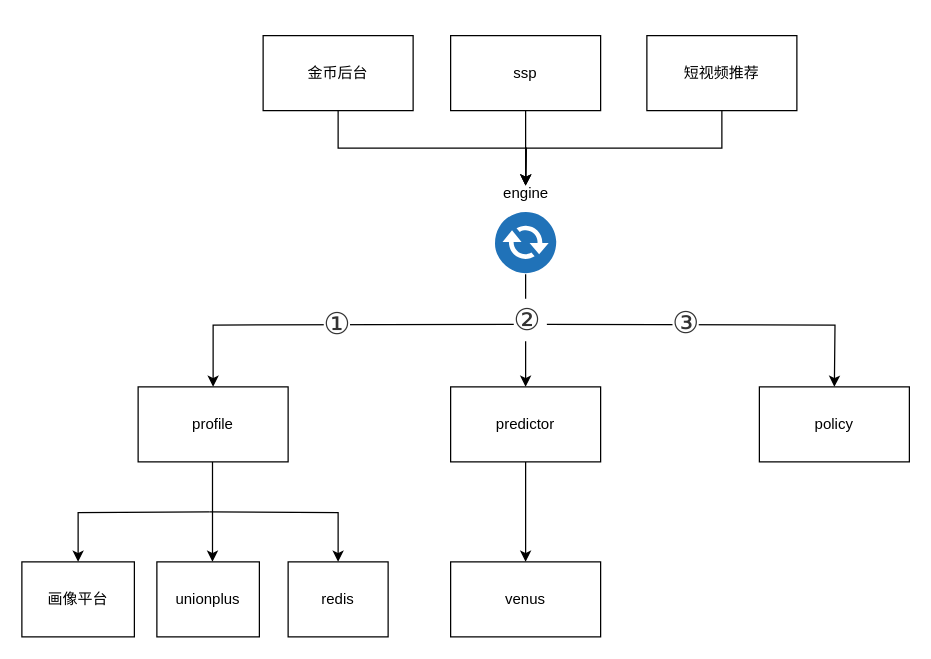
The draw.io diagram engineering/算法工程架构.drawio in gydong/graphs, before the edit. Source tidied: cells renumbered, new cells numbered last; positions are measured from the earlier drawing's top-left corner, leaving out a move shared by most shapes. Both pictures are drawn from the tidied source at 125%, with x=0, y=0 at pixel (21, 35). Pictures stored in the file or linked from it are replaced by grey dashed boxes.
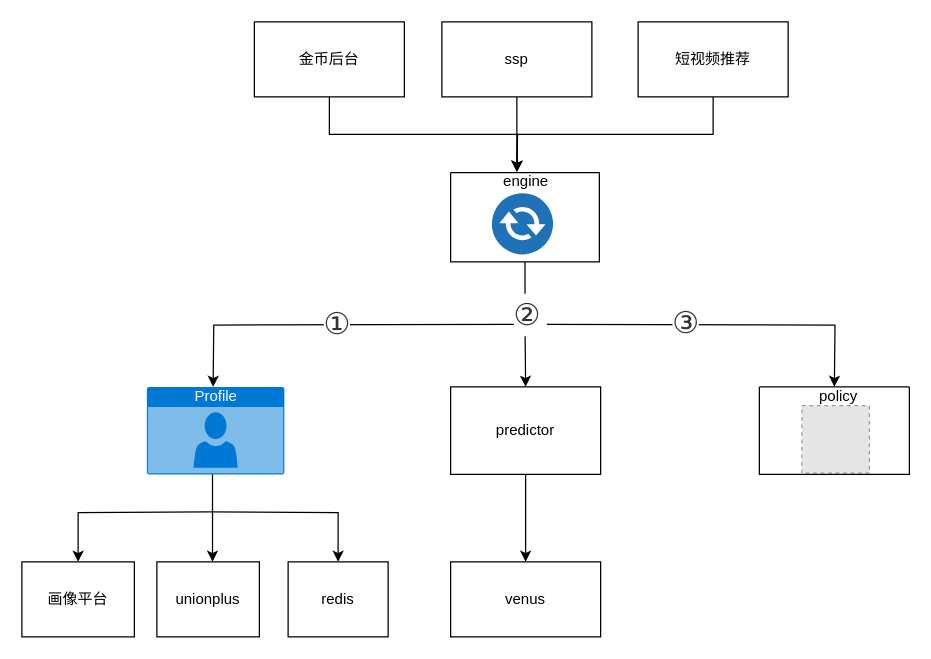
After the change.

What changed in the source:
```diff
@@
-    <mxCell id="2" style="edgeStyle=orthogonalEdgeStyle;rounded=0;jettySize=auto;html=1;" parent="1" edge="1" target="11">
+    <mxCell id="2" style="edgeStyle=orthogonalEdgeStyle;rounded=0;orthogonalLoop=1;jettySize=auto;html=1;" parent="1" edge="1">
       <mxGeometry relative="1" as="geometry">
         <mxPoint x="410" y="231" as="sourcePoint" />
+        <mxPoint x="153" y="281" as="targetPoint" />
       </mxGeometry>
     </mxCell>
@@
-    <mxCell id="4" style="edgeStyle=orthogonalEdgeStyle;rounded=0;jettySize=auto;html=1;exitX=0.5;exitY=1.02;exitDx=0;exitDy=0;exitPerimeter=0;" parent="1" edge="1" source="25" target="13">
+    <mxCell id="4" style="edgeStyle=orthogonalEdgeStyle;rounded=0;jettySize=auto;html=1;exitX=0.5;exitY=1;exitDx=0;exitDy=0;" parent="1" edge="1" source="29" target="13">
       <mxGeometry relative="1" as="geometry" />
     </mxCell>
@@
-    <mxCell id="11" value="profile" style="rounded=0;whiteSpace=wrap;html=1;" parent="1" vertex="1">
-      <mxGeometry x="93" y="281" width="120" height="60" as="geometry" />
-    </mxCell>
@@
     <mxCell id="13" value="predictor" style="rounded=0;whiteSpace=wrap;html=1;" parent="1" vertex="1">
-      <mxGeometry x="343" y="281" width="120" height="60" as="geometry" />
+      <mxGeometry x="343" y="281" width="120" height="70" as="geometry" />
     </mxCell>
-    <mxCell id="14" value="policy" style="rounded=0;whiteSpace=wrap;html=1;" parent="1" vertex="1">
-      <mxGeometry x="590" y="281" width="120" height="60" as="geometry" />
-    </mxCell>
@@
     <mxCell id="18" style="edgeStyle=orthogonalEdgeStyle;rounded=0;jettySize=auto;html=1;entryX=0.5;entryY=0;entryDx=0;entryDy=0;exitX=0.5;exitY=1;exitDx=0;exitDy=0;" parent="1" edge="1" source="19">
       <mxGeometry relative="1" as="geometry">
-        <mxPoint x="403" y="120" as="targetPoint" />
+        <mxPoint x="396" y="109" as="targetPoint" />
       </mxGeometry>
     </mxCell>
     <mxCell id="19" value="金币后台" style="rounded=0;whiteSpace=wrap;html=1;" parent="1" vertex="1">
-      <mxGeometry x="193" width="120" height="60" as="geometry" />
+      <mxGeometry x="186" y="-11" width="120" height="60" as="geometry" />
     </mxCell>
     <mxCell id="20" style="edgeStyle=orthogonalEdgeStyle;rounded=0;jettySize=auto;html=1;entryX=0.5;entryY=0;entryDx=0;entryDy=0;" parent="1" edge="1" source="21">
       <mxGeometry relative="1" as="geometry">
-        <mxPoint x="403" y="120" as="targetPoint" />
+        <mxPoint x="396" y="109" as="targetPoint" />
       </mxGeometry>
     </mxCell>
     <mxCell id="21" value="ssp" style="rounded=0;whiteSpace=wrap;html=1;" parent="1" vertex="1">
-      <mxGeometry x="343" width="120" height="60" as="geometry" />
+      <mxGeometry x="336" y="-11" width="120" height="60" as="geometry" />
     </mxCell>
     <mxCell id="22" style="edgeStyle=orthogonalEdgeStyle;rounded=0;jettySize=auto;html=1;entryX=0.5;entryY=0;entryDx=0;entryDy=0;exitX=0.5;exitY=1;exitDx=0;exitDy=0;" parent="1" edge="1" source="23">
       <mxGeometry relative="1" as="geometry">
-        <mxPoint x="403" y="120" as="targetPoint" />
+        <mxPoint x="396" y="109" as="targetPoint" />
       </mxGeometry>
     </mxCell>
     <mxCell id="23" value="短视频推荐" style="rounded=0;whiteSpace=wrap;html=1;" parent="1" vertex="1">
-      <mxGeometry x="500" width="120" height="60" as="geometry" />
+      <mxGeometry x="493" y="-11" width="120" height="60" as="geometry" />
     </mxCell>
@@
+    <mxCell id="27" style="fillColor=#E6E6E6;strokeColor=#999999;dashed=1;html=1;verticalAlign=top;verticalLabelPosition=bottom;labelBackgroundColor=#ffffff;" parent="1" vertex="1">
+      <mxGeometry x="624" y="296" width="54" height="54" as="geometry" />
+    </mxCell>
+    <mxCell id="14" value="policy" style="text;html=1;align=center;verticalAlign=middle;strokeColor=none;fillColor=none;" parent="1" vertex="1">
+      <mxGeometry x="627.5" y="274" width="50" height="30" as="geometry" />
+    </mxCell>
+    <mxCell id="28" value="Profile" style="html=1;strokeColor=none;fillColor=#0079D6;labelPosition=center;verticalLabelPosition=middle;verticalAlign=top;align=center;fontSize=12;spacingTop=-6;fontColor=#FFFFFF;sketch=0;shape=mxgraph.sitemap.profile;" parent="1" vertex="1">
+      <mxGeometry x="100" y="281" width="110" height="70" as="geometry" />
+    </mxCell>
+    <mxCell id="29" style="swimlane;startSize=0;" parent="1" vertex="1">
+      <mxGeometry x="343" y="109.5" width="119" height="71.5" as="geometry" />
+    </mxCell>
-    <mxCell id="25" style="sketch=0;shadow=0;dashed=0;html=1;strokeColor=none;fillColor=#505050;labelPosition=center;verticalLabelPosition=bottom;verticalAlign=top;outlineConnect=0;align=center;shape=mxgraph.office.communications.exchange_active_sync;fillColor=#2072B8;" parent="1" vertex="1">
-      <mxGeometry x="378.5" y="141" width="49" height="49" as="geometry" />
+    <mxCell id="25" style="sketch=0;shadow=0;dashed=0;html=1;strokeColor=none;fillColor=#505050;labelPosition=center;verticalLabelPosition=bottom;verticalAlign=top;outlineConnect=0;align=center;shape=mxgraph.office.communications.exchange_active_sync;fillColor=#2072B8;" parent="29" vertex="1">
+      <mxGeometry x="33" y="16.5" width="49" height="49" as="geometry" />
     </mxCell>
-    <mxCell id="26" value="engine" style="text;html=1;align=center;verticalAlign=middle;strokeColor=none;fillColor=none;" parent="1" vertex="1">
-      <mxGeometry x="373" y="111" width="60" height="30" as="geometry" />
+    <mxCell id="26" value="engine" style="text;html=1;align=center;verticalAlign=middle;strokeColor=none;fillColor=none;" parent="29" vertex="1">
+      <mxGeometry x="29.5" y="-7.5" width="60" height="30" as="geometry" />
     </mxCell>
+    <mxCell id="30" style="swimlane;startSize=0;" parent="1" vertex="1">
+      <mxGeometry x="590" y="281" width="120" height="70" as="geometry" />
+    </mxCell>
```
